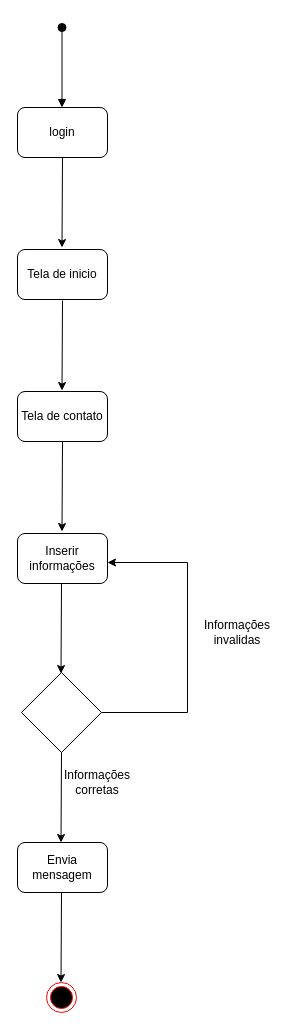
Before: tela_de_contatodda.drawio in Patadaoikkk/uml, a draw.io diagram. Source tidied: cells renumbered, new cells numbered last; positions are measured from the earlier drawing's top-left corner, leaving out a move shared by most shapes. Both pictures are drawn from the tidied source at 100%, with x=0, y=0 at pixel (17, 27).
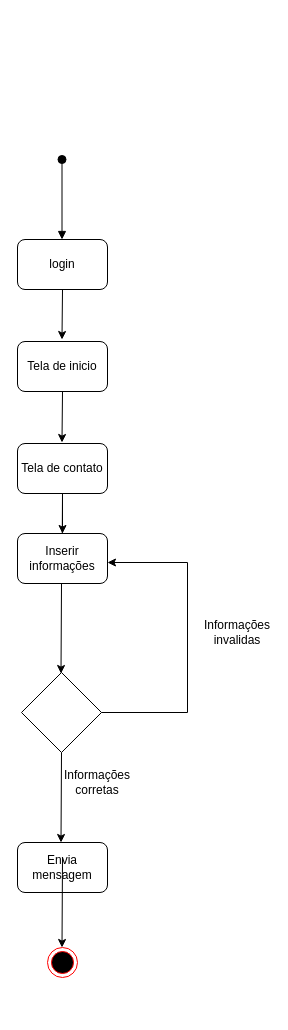
The same page after the edit.

Unchanged cells that the change refers to:
```xml
<mxCell id="10" value="Inserir informações" style="rounded=1;whiteSpace=wrap;html=1;" parent="1" vertex="1">
  <mxGeometry y="506" width="90" height="50" as="geometry" />
</mxCell>
```

The edit, as a diff of the source:
```diff
@@
     <mxCell id="2" style="html=1;verticalAlign=bottom;startArrow=oval;startFill=1;endArrow=block;startSize=8;curved=0;rounded=0;" parent="1" edge="1">
       <mxGeometry relative="1" as="geometry">
-        <mxPoint x="44.5" as="sourcePoint" />
-        <mxPoint x="44.5" y="80" as="targetPoint" />
+        <mxPoint x="44.5" y="132" as="sourcePoint" />
+        <mxPoint x="44.5" y="212" as="targetPoint" />
       </mxGeometry>
     </mxCell>
     <mxCell id="3" value="login" style="rounded=1;whiteSpace=wrap;html=1;" parent="1" vertex="1">
-      <mxGeometry y="80" width="90" height="50" as="geometry" />
+      <mxGeometry y="212" width="90" height="50" as="geometry" />
     </mxCell>
     <mxCell id="4" style="endArrow=classic;html=1;rounded=0;exitX=0.5;exitY=1;exitDx=0;exitDy=0;" parent="1" edge="1" source="3">
       <mxGeometry relative="1" as="geometry">
-        <mxPoint x="44.5" y="220" as="targetPoint" />
+        <mxPoint x="44.5" y="312" as="targetPoint" />
       </mxGeometry>
     </mxCell>
     <mxCell id="5" value="Tela de inicio" style="rounded=1;whiteSpace=wrap;html=1;" parent="1" vertex="1">
-      <mxGeometry y="222" width="90" height="50" as="geometry" />
+      <mxGeometry y="314" width="90" height="50" as="geometry" />
     </mxCell>
-    <mxCell id="6" style="endArrow=classic;html=1;rounded=0;exitX=0.5;exitY=1;exitDx=0;exitDy=0;" parent="1" edge="1">
+    <mxCell id="6" style="endArrow=classic;html=1;rounded=0;exitX=0.5;exitY=1;exitDx=0;exitDy=0;" parent="1" edge="1" source="5">
       <mxGeometry relative="1" as="geometry">
-        <mxPoint x="45" y="273" as="sourcePoint" />
-        <mxPoint x="44.5" y="363" as="targetPoint" />
+        <mxPoint x="44.5" y="415" as="targetPoint" />
       </mxGeometry>
     </mxCell>
+    <mxCell id="21" style="edgeStyle=orthogonalEdgeStyle;rounded=0;jettySize=auto;html=1;" parent="1" edge="1" source="7" target="10">
+      <mxGeometry relative="1" as="geometry" />
+    </mxCell>
     <mxCell id="7" value="Tela de contato" style="rounded=1;whiteSpace=wrap;html=1;" parent="1" vertex="1">
-      <mxGeometry y="364" width="90" height="50" as="geometry" />
+      <mxGeometry y="416" width="90" height="50" as="geometry" />
     </mxCell>
     <mxCell id="8" style="endArrow=classic;html=1;rounded=0;exitX=0.5;exitY=1;exitDx=0;exitDy=0;" parent="1" edge="1">
       <mxGeometry relative="1" as="geometry">
-        <mxPoint x="45" y="414" as="sourcePoint" />
-        <mxPoint x="44.5" y="504" as="targetPoint" />
+        <mxPoint x="45" y="466" as="sourcePoint" />
+        <mxPoint x="44.5" y="556" as="targetPoint" />
       </mxGeometry>
     </mxCell>
@@
     <mxCell id="19" style="endArrow=classic;html=1;rounded=0;exitX=0.5;exitY=1;exitDx=0;exitDy=0;" parent="1" edge="1">
       <mxGeometry relative="1" as="geometry">
-        <mxPoint x="44" y="865" as="sourcePoint" />
-        <mxPoint x="43.5" y="955" as="targetPoint" />
+        <mxPoint x="45" y="830" as="sourcePoint" />
+        <mxPoint x="44.5" y="920" as="targetPoint" />
       </mxGeometry>
     </mxCell>
     <mxCell id="20" style="ellipse;html=1;shape=endState;fillColor=#000000;strokeColor=#ff0000;" parent="1" vertex="1">
-      <mxGeometry x="29" y="955" width="30" height="30" as="geometry" />
+      <mxGeometry x="30" y="920" width="30" height="30" as="geometry" />
     </mxCell>
```
